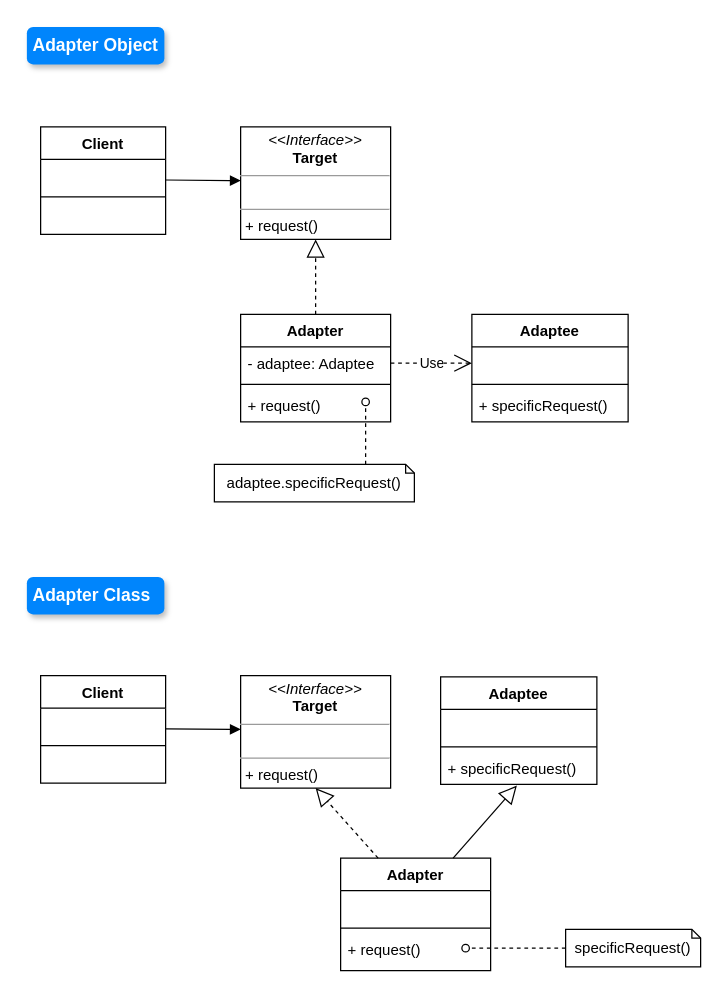
Above: src/main/java/GoF/structural/adapter/imgs/Adapter.drawio in NinaWan/DesignPattern (draw.io), before the change. Source tidied: cells renumbered, new cells numbered last; positions are measured from the earlier drawing's top-left corner, leaving out a move shared by most shapes. Both pictures are drawn from the tidied source at 125%, with x=0, y=0 at pixel (26, 26).
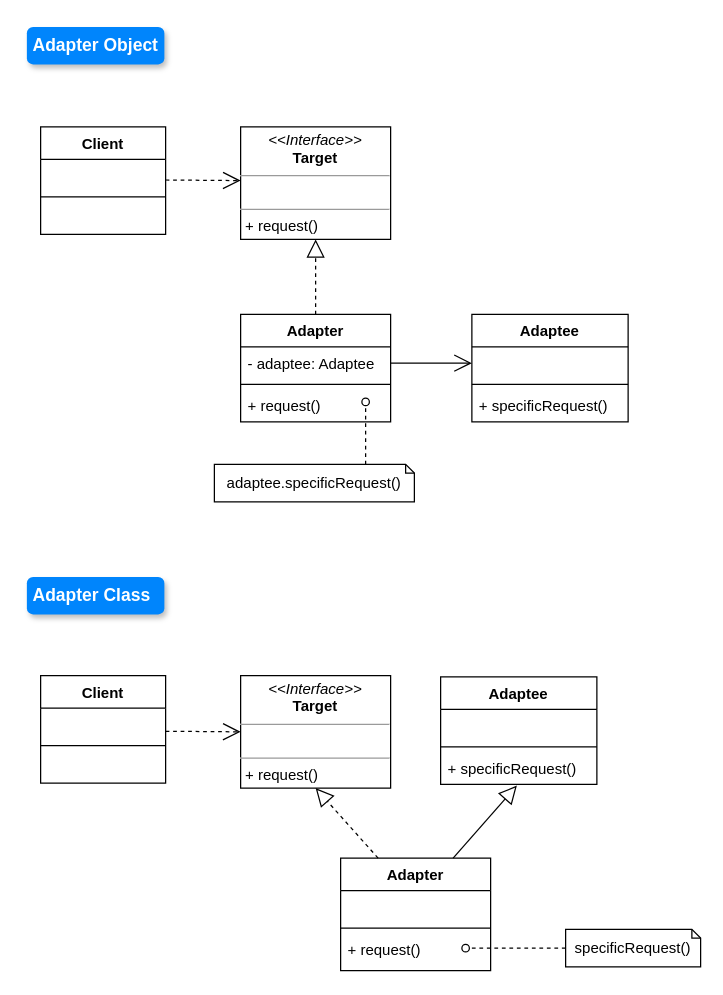
After the change.

Unchanged cells that the change refers to:
```xml
<mxCell id="8" value="- adaptee: Adaptee&amp;nbsp;" style="text;strokeColor=none;fillColor=none;align=left;verticalAlign=top;spacingLeft=4;spacingRight=4;overflow=hidden;points=[[0,0.5],[1,0.5]];portConstraint=eastwest;whiteSpace=wrap;html=1;" parent="7" vertex="1">
  <mxGeometry y="26" width="120" height="26" as="geometry" />
</mxCell>
<mxCell id="12" value="&amp;nbsp;" style="text;strokeColor=none;fillColor=none;align=left;verticalAlign=top;spacingLeft=4;spacingRight=4;overflow=hidden;points=[[0,0.5],[1,0.5]];portConstraint=eastwest;whiteSpace=wrap;html=1;" parent="11" vertex="1">
  <mxGeometry y="26" width="125" height="26" as="geometry" />
</mxCell>
```

Diff of the diagram source:
```diff
@@
-    <mxCell id="16" style="html=1;verticalAlign=bottom;endArrow=block;edgeStyle=elbowEdgeStyle;elbow=vertical;curved=0;rounded=0;" parent="1" edge="1">
-      <mxGeometry relative="1" as="geometry">
-        <mxPoint x="111" y="122.5" as="sourcePoint" />
-        <mxPoint x="171" y="123" as="targetPoint" />
-      </mxGeometry>
-    </mxCell>
@@
-    <mxCell id="18" value="Use" style="endArrow=open;endSize=12;dashed=1;html=1;rounded=0;exitX=1;exitY=0.5;exitDx=0;exitDy=0;entryX=0;entryY=0.5;entryDx=0;entryDy=0;" parent="1" edge="1" source="8" target="12">
+    <mxCell id="18" style="endArrow=open;endSize=12;html=1;rounded=0;exitX=1;exitY=0.5;exitDx=0;exitDy=0;entryX=0;entryY=0.5;entryDx=0;entryDy=0;" parent="1" edge="1" source="8" target="12">
       <mxGeometry relative="1" as="geometry" />
     </mxCell>
@@
-    <mxCell id="35" style="html=1;verticalAlign=bottom;endArrow=block;edgeStyle=elbowEdgeStyle;elbow=vertical;curved=0;rounded=0;" parent="1" edge="1">
-      <mxGeometry relative="1" as="geometry">
-        <mxPoint x="111" y="561.5" as="sourcePoint" />
-        <mxPoint x="171" y="562" as="targetPoint" />
-      </mxGeometry>
-    </mxCell>
@@
+    <mxCell id="40" style="endArrow=open;endSize=12;dashed=1;html=1;rounded=0;" parent="1" edge="1">
+      <mxGeometry relative="1" as="geometry">
+        <mxPoint x="111" y="122.5" as="sourcePoint" />
+        <mxPoint x="171" y="123" as="targetPoint" />
+      </mxGeometry>
+    </mxCell>
+    <mxCell id="41" style="endArrow=open;endSize=12;dashed=1;html=1;rounded=0;" parent="1" edge="1">
+      <mxGeometry relative="1" as="geometry">
+        <mxPoint x="111" y="563.5" as="sourcePoint" />
+        <mxPoint x="171" y="564" as="targetPoint" />
+      </mxGeometry>
+    </mxCell>
```
